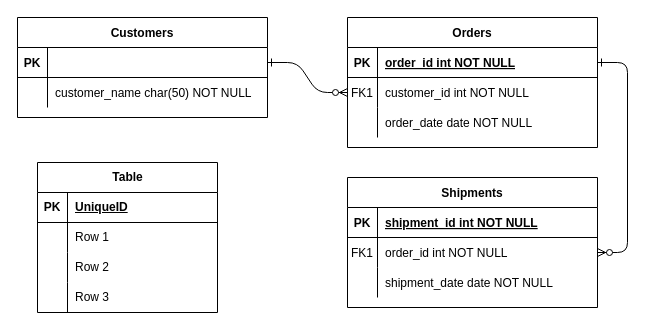
Earlier version of the draw.io diagram diagrams/EntitdadRelacion.drawio (AlejandroHZ-sys/DEMS-InterPolitecnicos). Source tidied: cells renumbered, new cells numbered last; positions are measured from the earlier drawing's top-left corner, leaving out a move shared by most shapes. Both pictures are drawn from the tidied source at 100%, with x=0, y=0 at pixel (17, 17).
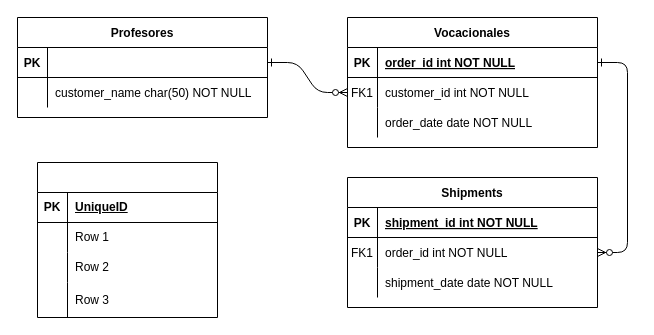
After the change.

Change to the diagram source:
```diff
@@
-    <mxCell id="4" value="Orders" style="shape=table;startSize=30;childLayout=tableLayout;rowLines=0;fontStyle=1;align=center;" parent="1" vertex="1">
+    <mxCell id="4" value="Vocacionales" style="shape=table;startSize=30;childLayout=tableLayout;rowLines=0;fontStyle=1;align=center;" parent="1" vertex="1">
       <mxGeometry x="330" width="250" height="130" as="geometry" />
     </mxCell>
@@
-    <mxCell id="24" value="Customers" style="shape=table;startSize=30;childLayout=tableLayout;rowLines=0;fontStyle=1;align=center;" parent="1" vertex="1">
+    <mxCell id="24" value="Profesores" style="shape=table;startSize=30;childLayout=tableLayout;rowLines=0;fontStyle=1;align=center;" parent="1" vertex="1">
       <mxGeometry width="250" height="100" as="geometry" />
     </mxCell>
@@
-    <mxCell id="31" value="Table" style="shape=table;startSize=30;childLayout=tableLayout;rowLines=0;fontStyle=1;align=center;html=1;" parent="1" vertex="1">
-      <mxGeometry x="20" y="145" width="180" height="150" as="geometry" />
+    <mxCell id="31" style="shape=table;startSize=30;childLayout=tableLayout;rowLines=0;fontStyle=1;align=center;html=1;" parent="1" vertex="1">
+      <mxGeometry x="20" y="145" width="180" height="155" as="geometry" />
     </mxCell>
@@
     <mxCell id="41" style="shape=tableRow;horizontal=0;startSize=0;swimlaneHead=0;swimlaneBody=0;fillColor=none;top=0;left=0;right=0;bottom=0;" parent="31" vertex="1">
-      <mxGeometry y="120" width="180" height="30" as="geometry" />
+      <mxGeometry y="120" width="180" height="35" as="geometry" />
     </mxCell>
     <mxCell id="42" style="shape=partialRectangle;fillColor=none;top=0;left=0;bottom=0;right=0;overflow=hidden;whiteSpace=wrap;html=1;" parent="41" vertex="1">
-      <mxGeometry width="30" height="30" as="geometry" />
+      <mxGeometry width="30" height="35" as="geometry" />
     </mxCell>
     <mxCell id="43" value="Row 3" style="shape=partialRectangle;fillColor=none;top=0;left=0;bottom=0;right=0;align=left;spacingLeft=6;overflow=hidden;whiteSpace=wrap;html=1;" parent="41" vertex="1">
-      <mxGeometry x="30" width="150" height="30" as="geometry" />
+      <mxGeometry x="30" width="150" height="35" as="geometry" />
     </mxCell>
```
